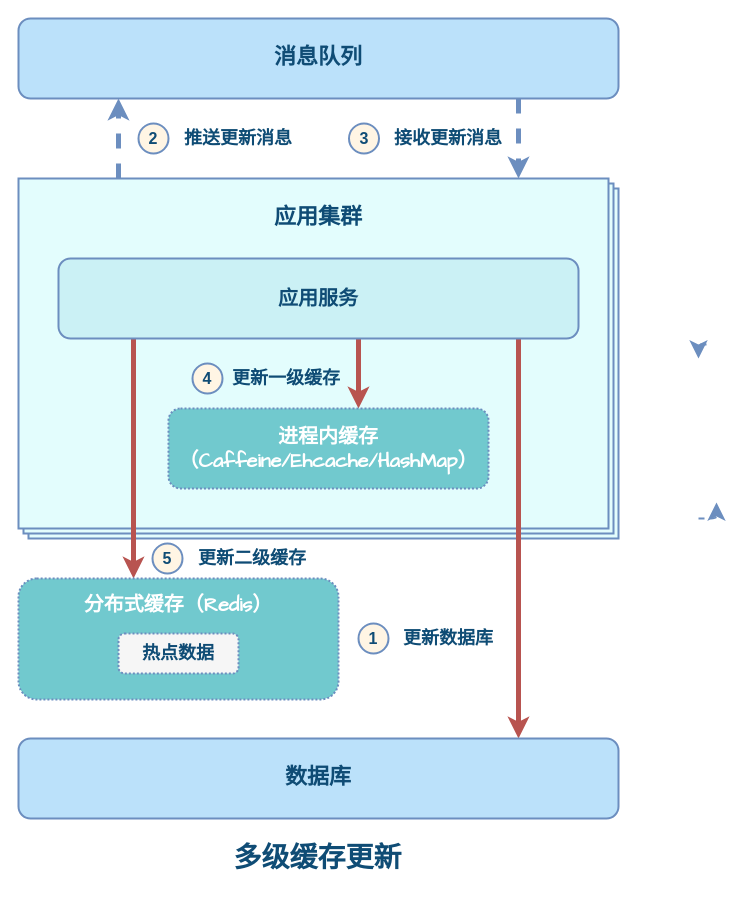
Earlier version of the draw.io diagram page "多级缓存更新" (5 of 7) of assets/分布式/分布式存储/分布式缓存/缓存架构.drawio (dunwu/waterdrop). Source tidied: cells renumbered, new cells numbered last; positions are measured from the earlier drawing's top-left corner, leaving out a move shared by most shapes. Both pictures are drawn from the tidied source at 100%, with x=0, y=0 at pixel (17, 18).
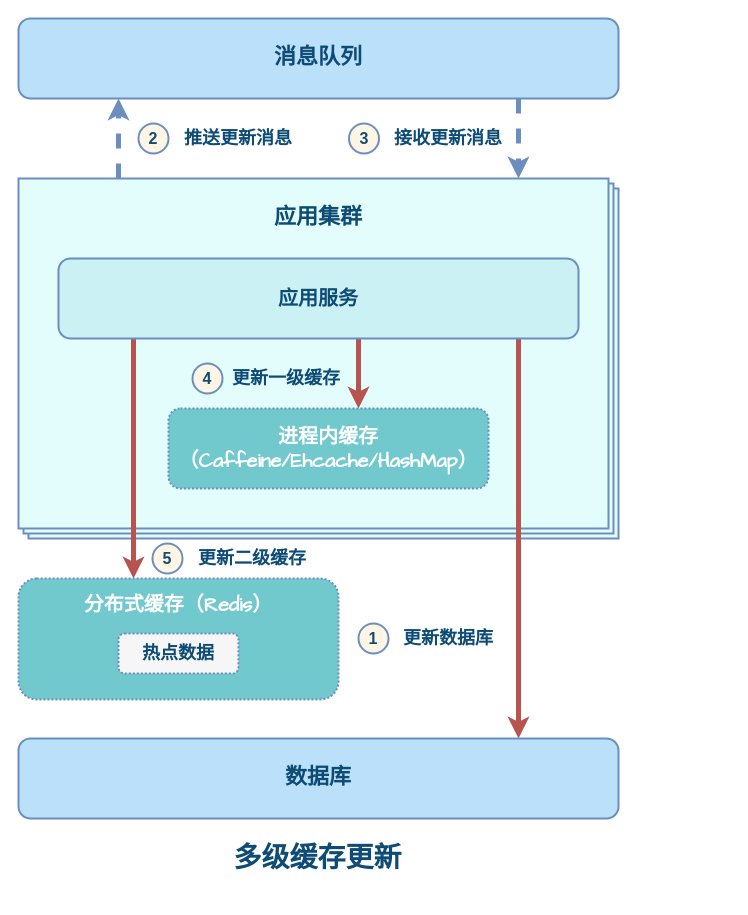
After the change.

Change to the diagram source:
```diff
@@
-    <mxCell id="3" style="edgeStyle=orthogonalEdgeStyle;hachureGap=4;orthogonalLoop=1;jettySize=auto;html=1;exitX=0;exitY=0.5;exitDx=0;exitDy=0;fontFamily=Comic Sans MS;fontSize=18;fillColor=#f5f5f5;strokeColor=#6C8EBF;strokeWidth=2;endSize=12;startSize=12;fontColor=#0F4C75;entryX=1;entryY=0.5;entryDx=0;entryDy=0;dashed=1;" parent="1" edge="1">
-      <mxGeometry relative="1" as="geometry">
-        <mxPoint x="681" y="500" as="sourcePoint" />
-        <mxPoint x="699" y="484" as="targetPoint" />
-      </mxGeometry>
-    </mxCell>
@@
-    <mxCell id="6" style="edgeStyle=orthogonalEdgeStyle;hachureGap=4;orthogonalLoop=1;jettySize=auto;html=1;exitX=1;exitY=0.5;exitDx=0;exitDy=0;entryX=0;entryY=0.5;entryDx=0;entryDy=0;fontFamily=Comic Sans MS;fontSize=18;fillColor=#f5f5f5;strokeColor=#6C8EBF;strokeWidth=2;endSize=12;startSize=12;fontColor=#0F4C75;dashed=1;" parent="1" edge="1">
-      <mxGeometry relative="1" as="geometry">
-        <mxPoint x="689" y="326" as="sourcePoint" />
-        <mxPoint x="681" y="340" as="targetPoint" />
-      </mxGeometry>
-    </mxCell>
```
